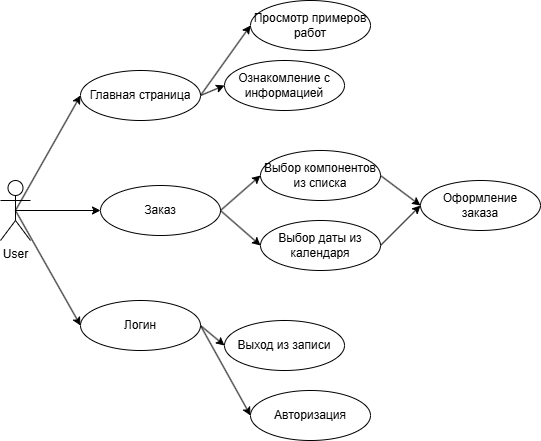
This is images/userdp.png from KilqGo/DiplomVKR, a draw.io export, as it was before one commit. Source tidied: cells renumbered, new cells last; positions are measured from the earlier drawing's top-left corner, leaving out a move shared by most shapes. Its diagram source:
```xml
<mxGraphModel>
  <root>
    <mxCell id="0" />
    <mxCell id="1" parent="0" />
    <mxCell id="2" style="rounded=0;jettySize=auto;html=1;exitX=0.5;exitY=0.5;exitDx=0;exitDy=0;exitPerimeter=0;entryX=0;entryY=0.5;entryDx=0;entryDy=0;" parent="1" edge="1" source="5" target="8">
      <mxGeometry relative="1" as="geometry" />
    </mxCell>
    <mxCell id="3" style="rounded=0;jettySize=auto;html=1;exitX=0.5;exitY=0.5;exitDx=0;exitDy=0;exitPerimeter=0;entryX=0;entryY=0.5;entryDx=0;entryDy=0;" parent="1" edge="1" source="5" target="11">
      <mxGeometry relative="1" as="geometry" />
    </mxCell>
    <mxCell id="4" style="rounded=0;jettySize=auto;html=1;exitX=0.5;exitY=0.5;exitDx=0;exitDy=0;exitPerimeter=0;entryX=0;entryY=0.5;entryDx=0;entryDy=0;" parent="1" edge="1" source="5" target="14">
      <mxGeometry relative="1" as="geometry" />
    </mxCell>
    <mxCell id="5" value="User" style="shape=umlActor;verticalLabelPosition=bottom;verticalAlign=top;html=1;outlineConnect=0;" parent="1" vertex="1">
      <mxGeometry y="180" width="30" height="60" as="geometry" />
    </mxCell>
    <mxCell id="6" style="rounded=0;jettySize=auto;html=1;exitX=1;exitY=0.5;exitDx=0;exitDy=0;entryX=0;entryY=0.5;entryDx=0;entryDy=0;" parent="1" edge="1" source="8" target="15">
      <mxGeometry relative="1" as="geometry" />
    </mxCell>
    <mxCell id="7" style="rounded=0;jettySize=auto;html=1;exitX=1;exitY=0.5;exitDx=0;exitDy=0;entryX=0;entryY=0.5;entryDx=0;entryDy=0;" parent="1" edge="1" source="8" target="16">
      <mxGeometry relative="1" as="geometry" />
    </mxCell>
    <mxCell id="8" value="Главная страница" style="ellipse;whiteSpace=wrap;html=1;" parent="1" vertex="1">
      <mxGeometry x="80" y="70" width="120" height="50" as="geometry" />
    </mxCell>
    <mxCell id="9" style="edgeStyle=none;rounded=0;jettySize=auto;html=1;exitX=1;exitY=0.5;exitDx=0;exitDy=0;entryX=0;entryY=0.5;entryDx=0;entryDy=0;" parent="1" edge="1" source="11" target="20">
      <mxGeometry relative="1" as="geometry" />
    </mxCell>
    <mxCell id="10" style="edgeStyle=none;rounded=0;jettySize=auto;html=1;exitX=1;exitY=0.5;exitDx=0;exitDy=0;entryX=0;entryY=0.5;entryDx=0;entryDy=0;" parent="1" edge="1" source="11" target="22">
      <mxGeometry relative="1" as="geometry" />
    </mxCell>
    <mxCell id="11" value="Заказ" style="ellipse;whiteSpace=wrap;html=1;" parent="1" vertex="1">
      <mxGeometry x="100" y="185" width="120" height="50" as="geometry" />
    </mxCell>
    <mxCell id="12" style="edgeStyle=none;rounded=0;jettySize=auto;html=1;exitX=1;exitY=0.5;exitDx=0;exitDy=0;entryX=0;entryY=0.5;entryDx=0;entryDy=0;" parent="1" edge="1" source="14" target="18">
      <mxGeometry relative="1" as="geometry" />
    </mxCell>
    <mxCell id="13" style="edgeStyle=none;rounded=0;jettySize=auto;html=1;exitX=1;exitY=0.5;exitDx=0;exitDy=0;entryX=0;entryY=0.5;entryDx=0;entryDy=0;" parent="1" edge="1" source="14" target="17">
      <mxGeometry relative="1" as="geometry" />
    </mxCell>
    <mxCell id="14" value="Логин" style="ellipse;whiteSpace=wrap;html=1;" parent="1" vertex="1">
      <mxGeometry x="80" y="300" width="120" height="50" as="geometry" />
    </mxCell>
    <mxCell id="15" value="Просмотр примеров работ" style="ellipse;whiteSpace=wrap;html=1;" parent="1" vertex="1">
      <mxGeometry x="250" width="120" height="50" as="geometry" />
    </mxCell>
    <mxCell id="16" value="Ознакомление с информацией" style="ellipse;whiteSpace=wrap;html=1;" parent="1" vertex="1">
      <mxGeometry x="224" y="60" width="120" height="50" as="geometry" />
    </mxCell>
    <mxCell id="17" value="Выход из записи" style="ellipse;whiteSpace=wrap;html=1;" parent="1" vertex="1">
      <mxGeometry x="224" y="320" width="120" height="50" as="geometry" />
    </mxCell>
    <mxCell id="18" value="Авторизация" style="ellipse;whiteSpace=wrap;html=1;" parent="1" vertex="1">
      <mxGeometry x="250" y="390" width="120" height="50" as="geometry" />
    </mxCell>
    <mxCell id="19" style="edgeStyle=none;rounded=0;jettySize=auto;html=1;exitX=1;exitY=0.5;exitDx=0;exitDy=0;entryX=0;entryY=0.5;entryDx=0;entryDy=0;" parent="1" edge="1" source="20" target="23">
      <mxGeometry relative="1" as="geometry" />
    </mxCell>
    <mxCell id="20" value="Выбор компонентов&lt;div&gt;из списка&lt;/div&gt;" style="ellipse;whiteSpace=wrap;html=1;" parent="1" vertex="1">
      <mxGeometry x="260" y="150" width="120" height="50" as="geometry" />
    </mxCell>
    <mxCell id="21" style="edgeStyle=none;rounded=0;jettySize=auto;html=1;exitX=1;exitY=0.5;exitDx=0;exitDy=0;entryX=0;entryY=0.5;entryDx=0;entryDy=0;" parent="1" edge="1" source="22" target="23">
      <mxGeometry relative="1" as="geometry" />
    </mxCell>
    <mxCell id="22" value="Выбор даты из календаря" style="ellipse;whiteSpace=wrap;html=1;" parent="1" vertex="1">
      <mxGeometry x="260" y="220" width="120" height="50" as="geometry" />
    </mxCell>
    <mxCell id="23" value="Оформление&lt;div&gt;заказа&lt;/div&gt;" style="ellipse;whiteSpace=wrap;html=1;" parent="1" vertex="1">
      <mxGeometry x="420" y="180" width="120" height="50" as="geometry" />
    </mxCell>
  </root>
</mxGraphModel>
```
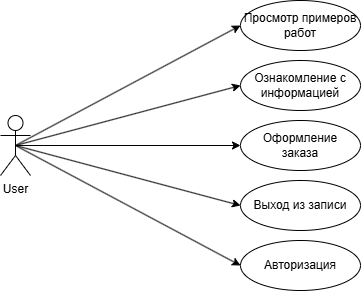
The same file after the commit.

Diff of the diagram source:
```diff
@@ -2,71 +2,38 @@
   <root>
     <mxCell id="0" />
     <mxCell id="1" parent="0" />
-    <mxCell id="2" style="rounded=0;jettySize=auto;html=1;exitX=0.5;exitY=0.5;exitDx=0;exitDy=0;exitPerimeter=0;entryX=0;entryY=0.5;entryDx=0;entryDy=0;" parent="1" edge="1" source="5" target="8">
-      <mxGeometry relative="1" as="geometry" />
-    </mxCell>
-    <mxCell id="3" style="rounded=0;jettySize=auto;html=1;exitX=0.5;exitY=0.5;exitDx=0;exitDy=0;exitPerimeter=0;entryX=0;entryY=0.5;entryDx=0;entryDy=0;" parent="1" edge="1" source="5" target="11">
-      <mxGeometry relative="1" as="geometry" />
-    </mxCell>
-    <mxCell id="4" style="rounded=0;jettySize=auto;html=1;exitX=0.5;exitY=0.5;exitDx=0;exitDy=0;exitPerimeter=0;entryX=0;entryY=0.5;entryDx=0;entryDy=0;" parent="1" edge="1" source="5" target="14">
-      <mxGeometry relative="1" as="geometry" />
-    </mxCell>
+    <mxCell id="24" style="edgeStyle=none;rounded=0;jettySize=auto;html=1;exitX=0.5;exitY=0.5;exitDx=0;exitDy=0;exitPerimeter=0;entryX=0;entryY=0.5;entryDx=0;entryDy=0;" parent="1" edge="1" source="5" target="18">
+      <mxGeometry relative="1" as="geometry" />
+    </mxCell>
+    <mxCell id="25" style="edgeStyle=none;rounded=0;jettySize=auto;html=1;exitX=0.5;exitY=0.5;exitDx=0;exitDy=0;exitPerimeter=0;entryX=0;entryY=0.5;entryDx=0;entryDy=0;" parent="1" edge="1" source="5" target="17">
+      <mxGeometry relative="1" as="geometry" />
+    </mxCell>
+    <mxCell id="26" style="edgeStyle=none;rounded=0;jettySize=auto;html=1;exitX=0.5;exitY=0.5;exitDx=0;exitDy=0;exitPerimeter=0;entryX=0;entryY=0.5;entryDx=0;entryDy=0;" parent="1" edge="1" source="5" target="23">
+      <mxGeometry relative="1" as="geometry" />
+    </mxCell>
+    <mxCell id="27" style="edgeStyle=none;rounded=0;jettySize=auto;html=1;exitX=0.5;exitY=0.5;exitDx=0;exitDy=0;exitPerimeter=0;entryX=0;entryY=0.5;entryDx=0;entryDy=0;" parent="1" edge="1" source="5" target="16">
+      <mxGeometry relative="1" as="geometry" />
+    </mxCell>
+    <mxCell id="28" style="edgeStyle=none;rounded=0;jettySize=auto;html=1;exitX=0.5;exitY=0.5;exitDx=0;exitDy=0;exitPerimeter=0;entryX=0;entryY=0.5;entryDx=0;entryDy=0;" parent="1" edge="1" source="5" target="15">
+      <mxGeometry relative="1" as="geometry" />
+    </mxCell>
     <mxCell id="5" value="User" style="shape=umlActor;verticalLabelPosition=bottom;verticalAlign=top;html=1;outlineConnect=0;" parent="1" vertex="1">
-      <mxGeometry y="180" width="30" height="60" as="geometry" />
+      <mxGeometry y="175" width="30" height="60" as="geometry" />
     </mxCell>
-    <mxCell id="6" style="rounded=0;jettySize=auto;html=1;exitX=1;exitY=0.5;exitDx=0;exitDy=0;entryX=0;entryY=0.5;entryDx=0;entryDy=0;" parent="1" edge="1" source="8" target="15">
-      <mxGeometry relative="1" as="geometry" />
-    </mxCell>
-    <mxCell id="7" style="rounded=0;jettySize=auto;html=1;exitX=1;exitY=0.5;exitDx=0;exitDy=0;entryX=0;entryY=0.5;entryDx=0;entryDy=0;" parent="1" edge="1" source="8" target="16">
-      <mxGeometry relative="1" as="geometry" />
-    </mxCell>
-    <mxCell id="8" value="Главная страница" style="ellipse;whiteSpace=wrap;html=1;" parent="1" vertex="1">
-      <mxGeometry x="80" y="70" width="120" height="50" as="geometry" />
-    </mxCell>
-    <mxCell id="9" style="edgeStyle=none;rounded=0;jettySize=auto;html=1;exitX=1;exitY=0.5;exitDx=0;exitDy=0;entryX=0;entryY=0.5;entryDx=0;entryDy=0;" parent="1" edge="1" source="11" target="20">
-      <mxGeometry relative="1" as="geometry" />
-    </mxCell>
-    <mxCell id="10" style="edgeStyle=none;rounded=0;jettySize=auto;html=1;exitX=1;exitY=0.5;exitDx=0;exitDy=0;entryX=0;entryY=0.5;entryDx=0;entryDy=0;" parent="1" edge="1" source="11" target="22">
-      <mxGeometry relative="1" as="geometry" />
-    </mxCell>
-    <mxCell id="11" value="Заказ" style="ellipse;whiteSpace=wrap;html=1;" parent="1" vertex="1">
-      <mxGeometry x="100" y="185" width="120" height="50" as="geometry" />
-    </mxCell>
-    <mxCell id="12" style="edgeStyle=none;rounded=0;jettySize=auto;html=1;exitX=1;exitY=0.5;exitDx=0;exitDy=0;entryX=0;entryY=0.5;entryDx=0;entryDy=0;" parent="1" edge="1" source="14" target="18">
-      <mxGeometry relative="1" as="geometry" />
-    </mxCell>
-    <mxCell id="13" style="edgeStyle=none;rounded=0;jettySize=auto;html=1;exitX=1;exitY=0.5;exitDx=0;exitDy=0;entryX=0;entryY=0.5;entryDx=0;entryDy=0;" parent="1" edge="1" source="14" target="17">
-      <mxGeometry relative="1" as="geometry" />
-    </mxCell>
-    <mxCell id="14" value="Логин" style="ellipse;whiteSpace=wrap;html=1;" parent="1" vertex="1">
-      <mxGeometry x="80" y="300" width="120" height="50" as="geometry" />
-    </mxCell>
     <mxCell id="15" value="Просмотр примеров работ" style="ellipse;whiteSpace=wrap;html=1;" parent="1" vertex="1">
-      <mxGeometry x="250" width="120" height="50" as="geometry" />
+      <mxGeometry x="240" y="60" width="120" height="50" as="geometry" />
     </mxCell>
     <mxCell id="16" value="Ознакомление с информацией" style="ellipse;whiteSpace=wrap;html=1;" parent="1" vertex="1">
-      <mxGeometry x="224" y="60" width="120" height="50" as="geometry" />
+      <mxGeometry x="240" y="120" width="120" height="50" as="geometry" />
     </mxCell>
     <mxCell id="17" value="Выход из записи" style="ellipse;whiteSpace=wrap;html=1;" parent="1" vertex="1">
-      <mxGeometry x="224" y="320" width="120" height="50" as="geometry" />
+      <mxGeometry x="240" y="240" width="120" height="50" as="geometry" />
     </mxCell>
     <mxCell id="18" value="Авторизация" style="ellipse;whiteSpace=wrap;html=1;" parent="1" vertex="1">
-      <mxGeometry x="250" y="390" width="120" height="50" as="geometry" />
+      <mxGeometry x="240" y="300" width="120" height="50" as="geometry" />
     </mxCell>
-    <mxCell id="19" style="edgeStyle=none;rounded=0;jettySize=auto;html=1;exitX=1;exitY=0.5;exitDx=0;exitDy=0;entryX=0;entryY=0.5;entryDx=0;entryDy=0;" parent="1" edge="1" source="20" target="23">
-      <mxGeometry relative="1" as="geometry" />
-    </mxCell>
-    <mxCell id="20" value="Выбор компонентов&lt;div&gt;из списка&lt;/div&gt;" style="ellipse;whiteSpace=wrap;html=1;" parent="1" vertex="1">
-      <mxGeometry x="260" y="150" width="120" height="50" as="geometry" />
-    </mxCell>
-    <mxCell id="21" style="edgeStyle=none;rounded=0;jettySize=auto;html=1;exitX=1;exitY=0.5;exitDx=0;exitDy=0;entryX=0;entryY=0.5;entryDx=0;entryDy=0;" parent="1" edge="1" source="22" target="23">
-      <mxGeometry relative="1" as="geometry" />
-    </mxCell>
-    <mxCell id="22" value="Выбор даты из календаря" style="ellipse;whiteSpace=wrap;html=1;" parent="1" vertex="1">
-      <mxGeometry x="260" y="220" width="120" height="50" as="geometry" />
-    </mxCell>
     <mxCell id="23" value="Оформление&lt;div&gt;заказа&lt;/div&gt;" style="ellipse;whiteSpace=wrap;html=1;" parent="1" vertex="1">
-      <mxGeometry x="420" y="180" width="120" height="50" as="geometry" />
+      <mxGeometry x="240" y="180" width="120" height="50" as="geometry" />
     </mxCell>
   </root>
 </mxGraphModel>
```
